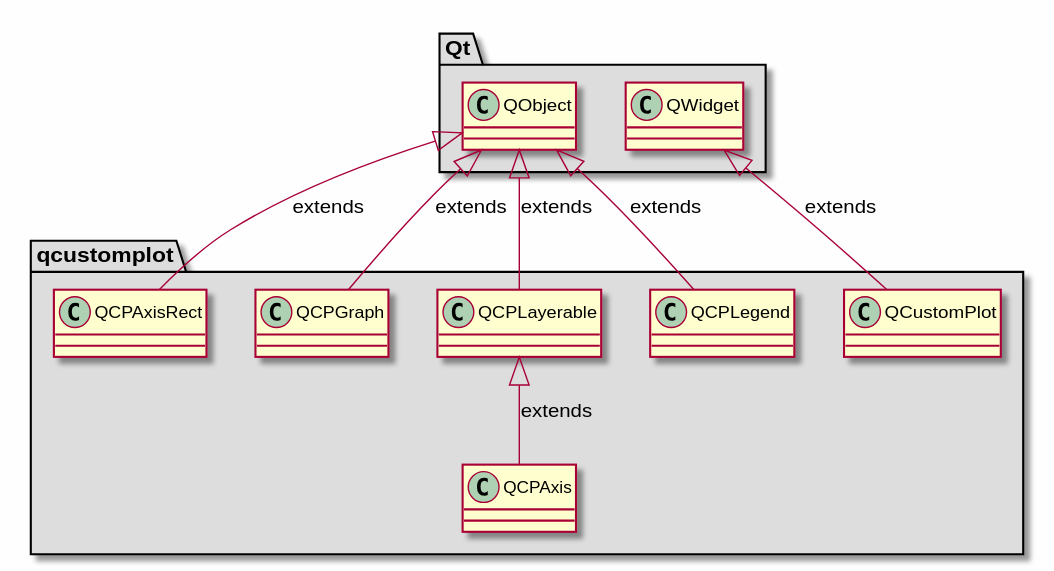
Above: md/dev_docs/puml/qcustomplot_standalone.svg in svlad-90/DLT-Message-Analyzer (PlantUML), before the change.
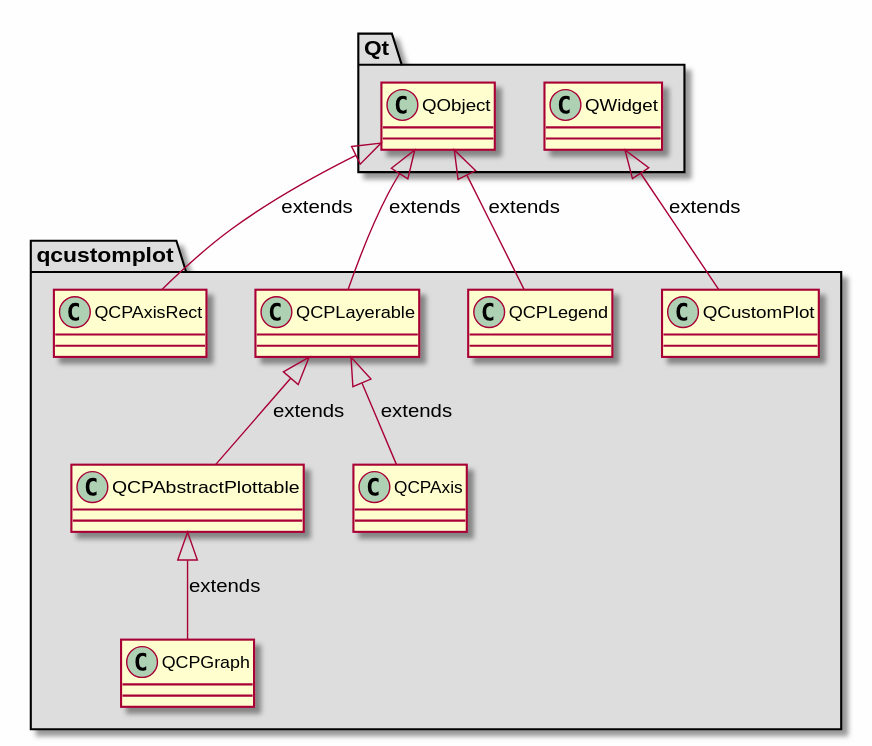
Later version of the same file.

Change to the diagram source:
```diff
@@ -17,6 +17,10 @@
 
 package "qcustomplot" #DDDDDD
 {
+
+class "QCPAbstractPlottable"
+{
+}
 
 class "QCPAxis"
 {
@@ -44,9 +48,10 @@
 
 }
 
+QCPLayerable <|-- QCPAbstractPlottable : extends
 QCPLayerable <|-- QCPAxis : extends
 QObject <|-- QCPAxisRect : extends
-QObject <|-- QCPGraph : extends
+QCPAbstractPlottable <|-- QCPGraph : extends
 QObject <|-- QCPLayerable : extends
 QObject <|-- QCPLegend : extends
 QWidget <|-- QCustomPlot : extends
```
